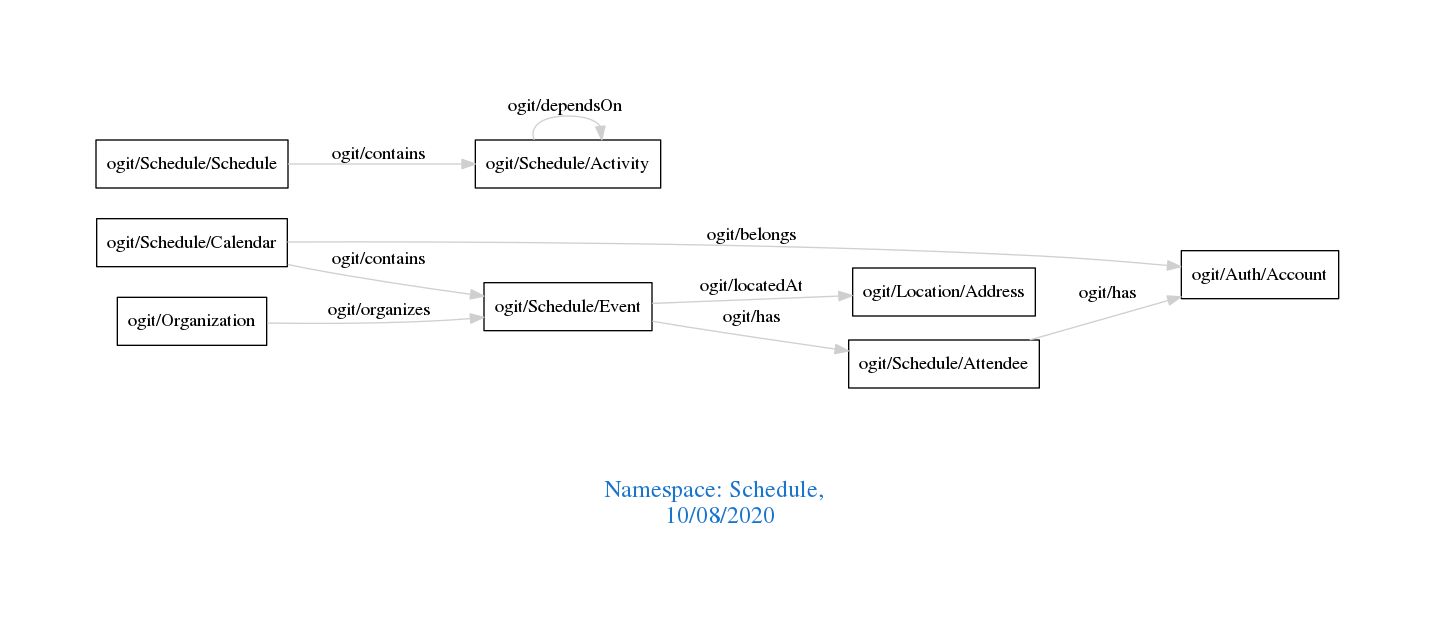
Above: downloads/Schedule.png in arago/OGIT (Graphviz), before the change. Its source is kept beside it as downloads/Schedule.dot.
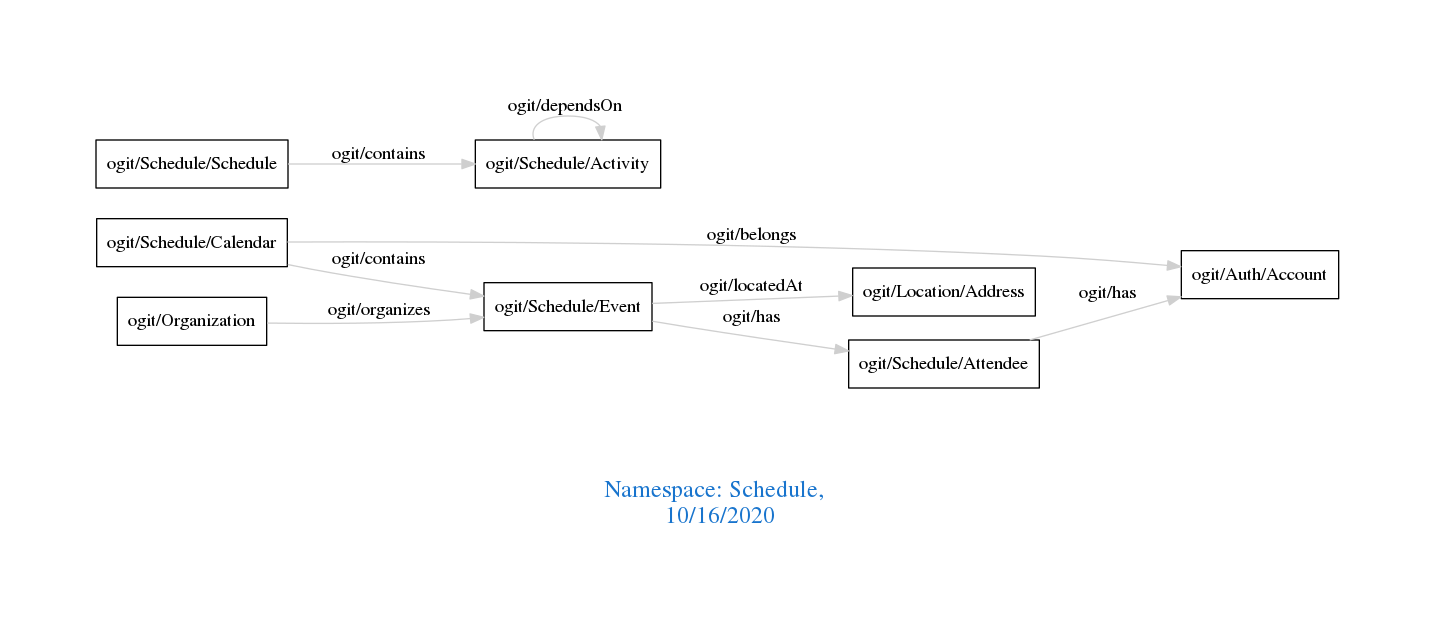
After the change.

The edit, as a diff of the source:
```diff
@@ -1,7 +1,7 @@
 digraph OGIT_ontology {
  graph [ rankdir= LR,pad=1
 fontsize = 18,
-fontcolor= dodgerblue3,label = "\n\n\nNamespace: Schedule, \n 10/08/2020"];
+fontcolor= dodgerblue3,label = "\n\n\nNamespace: Schedule, \n 10/16/2020"];
 node[shape=polygon];
 edge [  color="gray81"];
 
```
